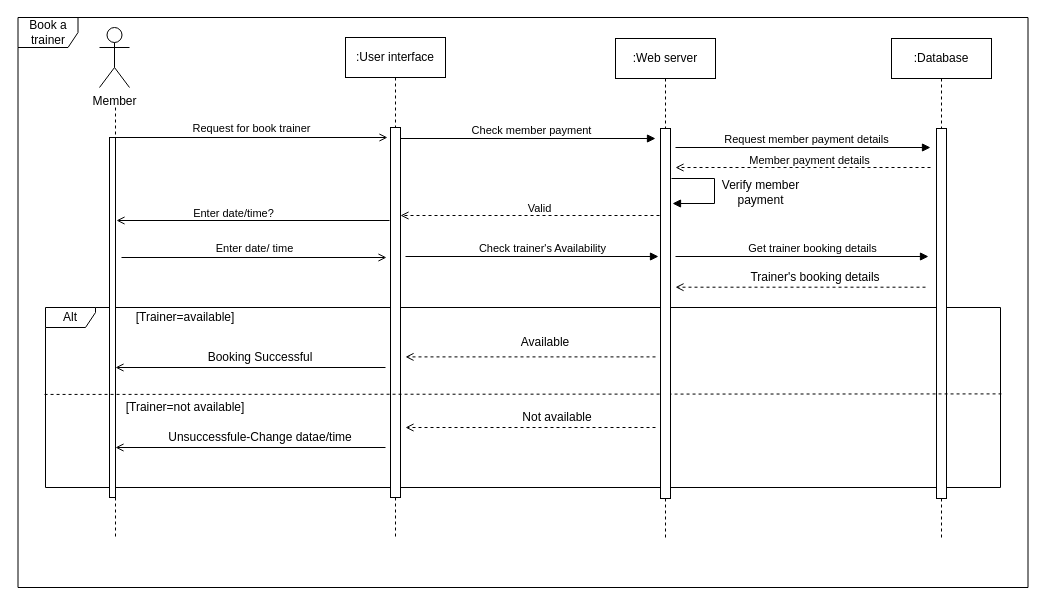
This is page "Page-7" (7 of 13) of Diagram/Sequence Diagram.drawio from AmilaDissanayake/Group_CS21, a draw.io file, before an edit. Source tidied: cells renumbered, new cells numbered last; positions are measured from the earlier drawing's top-left corner, leaving out a move shared by most shapes. Both pictures are drawn from the tidied source at 100%, with x=0, y=0 at pixel (17, 17).
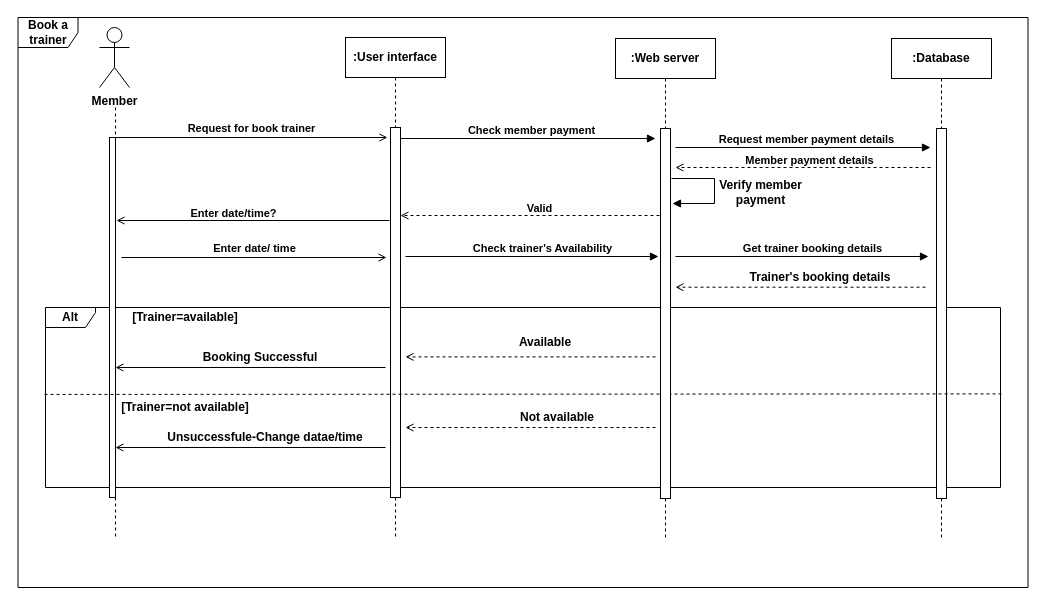
The same page after the edit.

Unchanged cells that the change refers to:
```xml
<mxCell id="12" style="html=1;verticalAlign=bottom;labelBackgroundColor=none;endArrow=block;endFill=1;" parent="1" edge="1">
  <mxGeometry relative="1" as="geometry">
    <mxPoint x="383" y="121" as="sourcePoint" />
    <mxPoint x="638" y="121" as="targetPoint" />
  </mxGeometry>
</mxCell>
<mxCell id="14" style="html=1;verticalAlign=bottom;labelBackgroundColor=none;endArrow=open;endFill=0;dashed=1;" parent="1" edge="1">
  <mxGeometry relative="1" as="geometry">
    <mxPoint x="648" y="198" as="sourcePoint" />
    <mxPoint x="383" y="198" as="targetPoint" />
  </mxGeometry>
</mxCell>
<mxCell id="16" style="html=1;verticalAlign=bottom;labelBackgroundColor=none;endArrow=open;endFill=0;" parent="1" edge="1">
  <mxGeometry relative="1" as="geometry">
    <mxPoint x="372" y="203" as="sourcePoint" />
    <mxPoint x="99" y="203" as="targetPoint" />
  </mxGeometry>
</mxCell>
<mxCell id="19" style="html=1;verticalAlign=bottom;labelBackgroundColor=none;endArrow=block;endFill=1;" parent="1" edge="1">
  <mxGeometry relative="1" as="geometry">
    <mxPoint x="388" y="239" as="sourcePoint" />
    <mxPoint x="641" y="239" as="targetPoint" />
  </mxGeometry>
</mxCell>
<mxCell id="35" style="html=1;verticalAlign=bottom;labelBackgroundColor=none;endArrow=block;endFill=1;" parent="1" edge="1">
  <mxGeometry relative="1" as="geometry">
    <mxPoint x="658" y="130" as="sourcePoint" />
    <mxPoint x="913" y="130" as="targetPoint" />
  </mxGeometry>
</mxCell>
<mxCell id="37" style="html=1;verticalAlign=bottom;labelBackgroundColor=none;endArrow=open;endFill=0;dashed=1;" parent="1" edge="1">
  <mxGeometry relative="1" as="geometry">
    <mxPoint x="913" y="150" as="sourcePoint" />
    <mxPoint x="658" y="150" as="targetPoint" />
  </mxGeometry>
</mxCell>
<mxCell id="40" style="html=1;verticalAlign=bottom;labelBackgroundColor=none;endArrow=block;endFill=1;" parent="1" edge="1">
  <mxGeometry relative="1" as="geometry">
    <mxPoint x="658" y="239" as="sourcePoint" />
    <mxPoint x="911" y="239" as="targetPoint" />
  </mxGeometry>
</mxCell>
```

Change to the diagram source:
```diff
@@
+    <mxCell id="3" value="&lt;b&gt;Book a trainer&lt;/b&gt;" style="shape=umlFrame;whiteSpace=wrap;html=1;shadow=0;" parent="1" vertex="1">
+      <mxGeometry x="0.5" width="1010" height="570" as="geometry" />
+    </mxCell>
-    <mxCell id="2" value="Alt" style="shape=umlFrame;whiteSpace=wrap;html=1;width=50;height=20;" parent="1" vertex="1">
+    <mxCell id="2" value="&lt;b&gt;Alt&lt;/b&gt;" style="shape=umlFrame;whiteSpace=wrap;html=1;width=50;height=20;" parent="1" vertex="1">
       <mxGeometry x="28" y="290" width="955" height="180" as="geometry" />
     </mxCell>
-    <mxCell id="3" value="Book a trainer" style="shape=umlFrame;whiteSpace=wrap;html=1;" parent="1" vertex="1">
-      <mxGeometry x="0.5" width="1010" height="570" as="geometry" />
-    </mxCell>
-    <mxCell id="4" value="Member" style="shape=umlActor;verticalLabelPosition=bottom;verticalAlign=top;html=1;" parent="1" vertex="1">
+    <mxCell id="4" value="&lt;b&gt;Member&lt;/b&gt;" style="shape=umlActor;verticalLabelPosition=bottom;verticalAlign=top;html=1;" parent="1" vertex="1">
       <mxGeometry x="82" y="10" width="30" height="60" as="geometry" />
     </mxCell>
@@
-    <mxCell id="6" value="Request for book trainer" style="html=1;verticalAlign=bottom;labelBackgroundColor=none;endArrow=open;endFill=0;" parent="1" edge="1">
+    <mxCell id="6" value="&lt;b&gt;Request for book trainer&lt;/b&gt;" style="html=1;verticalAlign=bottom;labelBackgroundColor=none;endArrow=open;endFill=0;" parent="1" edge="1">
       <mxGeometry relative="1" as="geometry">
         <mxPoint x="98" y="120" as="sourcePoint" />
         <mxPoint x="370" y="120" as="targetPoint" />
       </mxGeometry>
     </mxCell>
-    <mxCell id="7" value=":User interface" style="shape=umlLifeline;perimeter=lifelinePerimeter;whiteSpace=wrap;html=1;" parent="1" vertex="1">
+    <mxCell id="7" value="&lt;b&gt;:User interface&lt;/b&gt;" style="shape=umlLifeline;perimeter=lifelinePerimeter;whiteSpace=wrap;html=1;" parent="1" vertex="1">
       <mxGeometry x="328" y="20" width="100" height="500" as="geometry" />
     </mxCell>
@@
-    <mxCell id="9" value=":Database" style="shape=umlLifeline;perimeter=lifelinePerimeter;whiteSpace=wrap;html=1;" parent="1" vertex="1">
+    <mxCell id="9" value="&lt;b&gt;:Database&lt;/b&gt;" style="shape=umlLifeline;perimeter=lifelinePerimeter;whiteSpace=wrap;html=1;" parent="1" vertex="1">
       <mxGeometry x="874" y="21" width="100" height="500" as="geometry" />
     </mxCell>
@@
-    <mxCell id="13" value="Check member payment" style="edgeLabel;html=1;align=center;verticalAlign=middle;" parent="12" vertex="1">
+    <mxCell id="13" value="&lt;b&gt;Check member payment&lt;/b&gt;" style="edgeLabel;html=1;align=center;verticalAlign=middle;" parent="12" vertex="1">
       <mxGeometry x="0.09" y="6" relative="1" as="geometry">
         <mxPoint x="-9" y="-3" as="offset" />
       </mxGeometry>
     </mxCell>
@@
-    <mxCell id="15" value="Valid" style="edgeLabel;html=1;align=center;verticalAlign=middle;" parent="14" vertex="1">
+    <mxCell id="15" value="&lt;b&gt;Valid&lt;/b&gt;" style="edgeLabel;html=1;align=center;verticalAlign=middle;" parent="14" vertex="1">
       <mxGeometry x="-0.04" y="-4" relative="1" as="geometry">
         <mxPoint y="-4" as="offset" />
       </mxGeometry>
     </mxCell>
@@
-    <mxCell id="17" value="Enter date/time?" style="edgeLabel;html=1;align=center;verticalAlign=middle;" parent="16" vertex="1">
+    <mxCell id="17" value="&lt;b&gt;Enter date/time?&lt;/b&gt;" style="edgeLabel;html=1;align=center;verticalAlign=middle;" parent="16" vertex="1">
       <mxGeometry x="0.15" y="-2" relative="1" as="geometry">
         <mxPoint y="-6" as="offset" />
       </mxGeometry>
     </mxCell>
-    <mxCell id="18" value="Enter date/ time" style="html=1;verticalAlign=bottom;labelBackgroundColor=none;endArrow=open;endFill=0;" parent="1" edge="1">
+    <mxCell id="18" value="&lt;b&gt;Enter date/ time&lt;/b&gt;" style="html=1;verticalAlign=bottom;labelBackgroundColor=none;endArrow=open;endFill=0;" parent="1" edge="1">
       <mxGeometry relative="1" as="geometry">
         <mxPoint x="104" y="240" as="sourcePoint" />
         <mxPoint x="369" y="240" as="targetPoint" />
       </mxGeometry>
     </mxCell>
@@
-    <mxCell id="20" value="Check trainer's Availability" style="edgeLabel;html=1;align=center;verticalAlign=middle;" parent="19" vertex="1">
+    <mxCell id="20" value="&lt;b&gt;Check trainer's Availability&lt;/b&gt;" style="edgeLabel;html=1;align=center;verticalAlign=middle;" parent="19" vertex="1">
       <mxGeometry x="0.08" y="5" relative="1" as="geometry">
         <mxPoint x="-1" y="-4" as="offset" />
       </mxGeometry>
     </mxCell>
@@
-    <mxCell id="22" value="[Trainer=available]" style="text;html=1;strokeColor=none;fillColor=none;align=center;verticalAlign=middle;whiteSpace=wrap;rounded=0;" parent="1" vertex="1">
+    <mxCell id="22" value="&lt;b&gt;[Trainer=available]&lt;/b&gt;" style="text;html=1;strokeColor=none;fillColor=none;align=center;verticalAlign=middle;whiteSpace=wrap;rounded=0;" parent="1" vertex="1">
       <mxGeometry x="148" y="290" width="40" height="20" as="geometry" />
     </mxCell>
@@
-    <mxCell id="24" value="Available" style="text;html=1;strokeColor=none;fillColor=none;align=center;verticalAlign=middle;whiteSpace=wrap;rounded=0;" parent="1" vertex="1">
+    <mxCell id="24" value="&lt;b&gt;Available&lt;/b&gt;" style="text;html=1;strokeColor=none;fillColor=none;align=center;verticalAlign=middle;whiteSpace=wrap;rounded=0;" parent="1" vertex="1">
       <mxGeometry x="508" y="315" width="40" height="20" as="geometry" />
     </mxCell>
@@
-    <mxCell id="26" value="Booking Successful" style="text;html=1;strokeColor=none;fillColor=none;align=center;verticalAlign=middle;whiteSpace=wrap;rounded=0;" parent="1" vertex="1">
+    <mxCell id="26" value="&lt;b&gt;Booking Successful&lt;/b&gt;" style="text;html=1;strokeColor=none;fillColor=none;align=center;verticalAlign=middle;whiteSpace=wrap;rounded=0;" parent="1" vertex="1">
       <mxGeometry x="183" y="330" width="120" height="20" as="geometry" />
     </mxCell>
-    <mxCell id="27" value="[Trainer=not available]" style="text;html=1;strokeColor=none;fillColor=none;align=center;verticalAlign=middle;whiteSpace=wrap;rounded=0;" parent="1" vertex="1">
+    <mxCell id="27" value="&lt;b&gt;[Trainer=not available]&lt;/b&gt;" style="text;html=1;strokeColor=none;fillColor=none;align=center;verticalAlign=middle;whiteSpace=wrap;rounded=0;" parent="1" vertex="1">
       <mxGeometry x="98" y="380" width="140" height="20" as="geometry" />
     </mxCell>
@@
-    <mxCell id="29" value="Not available" style="text;html=1;strokeColor=none;fillColor=none;align=center;verticalAlign=middle;whiteSpace=wrap;rounded=0;" parent="1" vertex="1">
+    <mxCell id="29" value="&lt;b&gt;Not available&lt;/b&gt;" style="text;html=1;strokeColor=none;fillColor=none;align=center;verticalAlign=middle;whiteSpace=wrap;rounded=0;" parent="1" vertex="1">
       <mxGeometry x="490" y="390" width="100" height="20" as="geometry" />
     </mxCell>
@@
-    <mxCell id="31" value="Unsuccessfule-Change datae/time" style="text;html=1;strokeColor=none;fillColor=none;align=center;verticalAlign=middle;whiteSpace=wrap;rounded=0;" parent="1" vertex="1">
-      <mxGeometry x="148" y="410" width="190" height="20" as="geometry" />
+    <mxCell id="31" value="&lt;b&gt;Unsuccessfule-Change datae/time&lt;/b&gt;" style="text;html=1;strokeColor=none;fillColor=none;align=center;verticalAlign=middle;whiteSpace=wrap;rounded=0;" parent="1" vertex="1">
+      <mxGeometry x="148" y="410" width="200" height="20" as="geometry" />
     </mxCell>
-    <mxCell id="32" value=":Web server" style="shape=umlLifeline;perimeter=lifelinePerimeter;whiteSpace=wrap;html=1;" parent="1" vertex="1">
+    <mxCell id="32" value="&lt;b&gt;:Web server&lt;/b&gt;" style="shape=umlLifeline;perimeter=lifelinePerimeter;whiteSpace=wrap;html=1;" parent="1" vertex="1">
       <mxGeometry x="598" y="21" width="100" height="500" as="geometry" />
     </mxCell>
@@
-    <mxCell id="36" value="Request member payment details" style="edgeLabel;html=1;align=center;verticalAlign=middle;" parent="35" vertex="1">
+    <mxCell id="36" value="&lt;b&gt;Request member payment details&lt;/b&gt;" style="edgeLabel;html=1;align=center;verticalAlign=middle;" parent="35" vertex="1">
       <mxGeometry x="0.09" y="6" relative="1" as="geometry">
         <mxPoint x="-9" y="-3" as="offset" />
       </mxGeometry>
     </mxCell>
@@
-    <mxCell id="38" value="Member payment details" style="edgeLabel;html=1;align=center;verticalAlign=middle;" parent="37" vertex="1">
+    <mxCell id="38" value="&lt;b&gt;Member payment details&lt;/b&gt;" style="edgeLabel;html=1;align=center;verticalAlign=middle;" parent="37" vertex="1">
       <mxGeometry x="-0.04" y="-4" relative="1" as="geometry">
         <mxPoint y="-4" as="offset" />
       </mxGeometry>
     </mxCell>
-    <mxCell id="39" value="Verify member &lt;br&gt;payment" style="text;html=1;align=center;verticalAlign=middle;strokeColor=none;" parent="1" vertex="1">
-      <mxGeometry x="698" y="160" width="90" height="30" as="geometry" />
+    <mxCell id="39" value="&lt;b&gt;Verify member &lt;br&gt;payment&lt;/b&gt;" style="text;html=1;align=center;verticalAlign=middle;strokeColor=none;" parent="1" vertex="1">
+      <mxGeometry x="693" y="160" width="100" height="30" as="geometry" />
     </mxCell>
@@
-    <mxCell id="41" value="Get trainer booking details" style="edgeLabel;html=1;align=center;verticalAlign=middle;" parent="40" vertex="1">
+    <mxCell id="41" value="&lt;b&gt;Get trainer booking details&lt;/b&gt;" style="edgeLabel;html=1;align=center;verticalAlign=middle;" parent="40" vertex="1">
       <mxGeometry x="0.08" y="5" relative="1" as="geometry">
         <mxPoint x="-1" y="-4" as="offset" />
       </mxGeometry>
     </mxCell>
@@
-    <mxCell id="43" value="Trainer's booking details" style="text;html=1;strokeColor=none;fillColor=none;align=center;verticalAlign=middle;whiteSpace=wrap;rounded=0;" parent="1" vertex="1">
-      <mxGeometry x="728" y="250" width="140" height="20" as="geometry" />
+    <mxCell id="43" value="&lt;b&gt;Trainer's booking details&lt;/b&gt;" style="text;html=1;strokeColor=none;fillColor=none;align=center;verticalAlign=middle;whiteSpace=wrap;rounded=0;" parent="1" vertex="1">
+      <mxGeometry x="728" y="250" width="150" height="20" as="geometry" />
     </mxCell>
```
